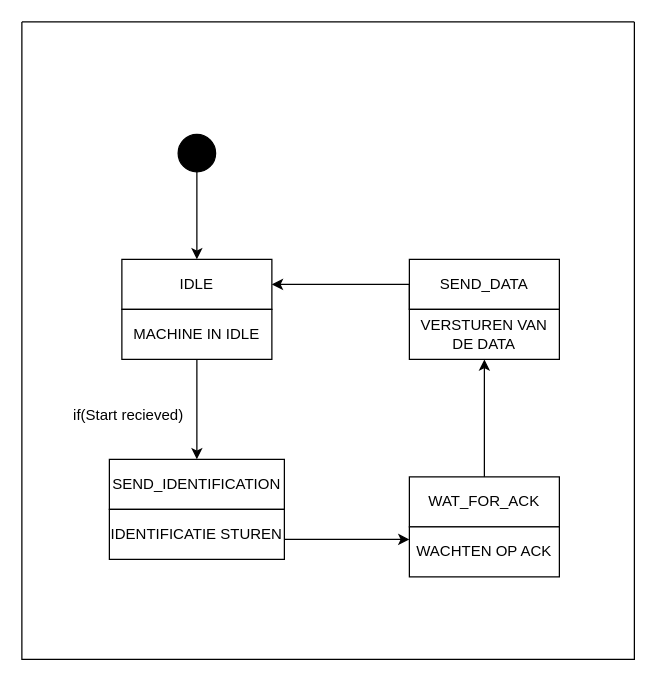
Earlier version of the draw.io diagram Communicatie/Software Uart challenge/Soft Uart state diagram.drawio (TiemonS/Tiemon-Steeghs-Semester-3-Repository). Source tidied: cells renumbered, new cells numbered last; positions are measured from the earlier drawing's top-left corner, leaving out a move shared by most shapes. Both pictures are drawn from the tidied source at 125%, with x=0, y=0 at pixel (21, 21).
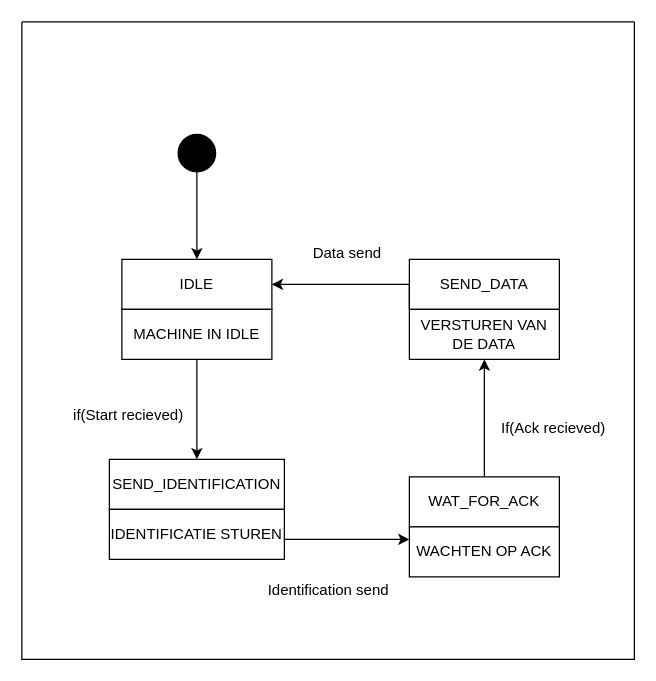
Above is the later version.

The change refers to these unchanged cells:
```xml
<mxCell id="5" style="swimlane;startSize=0;fillColor=#FFFFFF;" parent="1" vertex="1">
  <mxGeometry width="490" height="510" as="geometry" />
</mxCell>
```

What changed in the source:
```diff
@@
+    <mxCell id="18" value="Identification send" style="text;html=1;align=center;verticalAlign=middle;strokeColor=none;fillColor=none;" parent="5" vertex="1">
+      <mxGeometry x="185" y="440" width="120" height="30" as="geometry" />
+    </mxCell>
+    <mxCell id="19" value="If(Ack recieved)" style="text;html=1;align=center;verticalAlign=middle;strokeColor=none;fillColor=none;" parent="5" vertex="1">
+      <mxGeometry x="370" y="310" width="110" height="30" as="geometry" />
+    </mxCell>
+    <mxCell id="20" value="Data send" style="text;html=1;align=center;verticalAlign=middle;strokeColor=none;fillColor=none;" parent="5" vertex="1">
+      <mxGeometry x="220" y="170" width="80" height="30" as="geometry" />
+    </mxCell>
```
